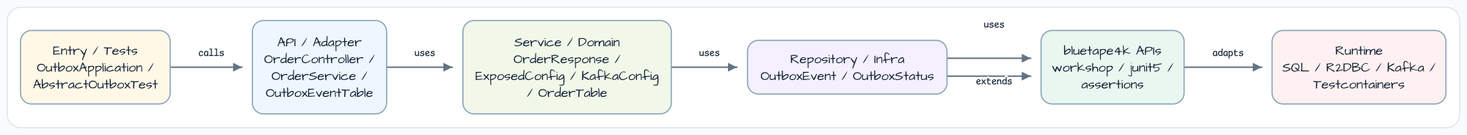
bluetape4k/bluetape4k-workshop keeps this Graphviz diagram as docs/images/readme-diagrams/messaging-transactional-outbox-readme-architecture-01.png. Above is the earlier version. Its source is kept beside it as docs/images/readme-diagrams/messaging-transactional-outbox-readme-architecture-01.dot. The source it was exported from:
```dot
digraph G {
  graph [
    rankdir=LR,
    bgcolor="white",
    pad="0.35",
    nodesep="0.55",
    ranksep="0.75",
    splines=ortho,
    outputorder=edgesfirst
  ];
  node [
    shape=box,
    style="rounded,filled",
    penwidth=1.4,
    color="#88A3B5",
    fillcolor="#F6FAFF",
    fontname="Architects Daughter",
    fontsize=14,
    margin="0.14,0.10"
  ];
  edge [
    color="#637383",
    arrowsize=0.8,
    penwidth=1.5,
    fontname="Comic Mono",
    fontsize=11
  ];

  entry [label="Entry / Tests\nOutboxApplication /\nAbstractOutboxTest", fillcolor="#FFF8E7"];
  api [label="API / Adapter\nOrderController /\nOrderService /\nOutboxEventTable", fillcolor="#EEF7FF"];
  service [label="Service / Domain\nOrderResponse /\nExposedConfig / KafkaConfig\n/ OrderTable", fillcolor="#F1F8E9"];
  infra [label="Repository / Infra\nOutboxEvent / OutboxStatus", fillcolor="#F5F0FF"];
  bt [label="bluetape4k APIs\nworkshop / junit5 /\nassertions", fillcolor="#EAF7F0"];
  runtime [label="Runtime\nSQL / R2DBC / Kafka /\nTestcontainers", fillcolor="#FFF1F1"];

  entry -> api [label="calls"];
  api -> service [label="uses"];
  service -> infra [label="uses"];
  infra -> bt [label="uses"];
  infra -> bt [label="extends"];
  bt -> runtime [label="adapts"];
}
```
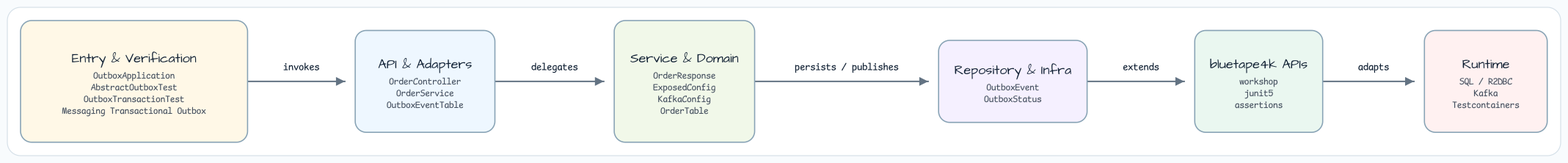
After the commit.

Diff of the diagram source:
```diff
@@ -3,8 +3,8 @@
     rankdir=LR,
     bgcolor="white",
     pad="0.35",
-    nodesep="0.55",
-    ranksep="0.75",
+    nodesep="0.70",
+    ranksep="0.95",
     splines=ortho,
     outputorder=edgesfirst
   ];
@@ -16,7 +16,7 @@
     fillcolor="#F6FAFF",
     fontname="Architects Daughter",
     fontsize=14,
-    margin="0.14,0.10"
+    margin="0.20,0.16"
   ];
   edge [
     color="#637383",
@@ -26,17 +26,16 @@
     fontsize=11
   ];
 
-  entry [label="Entry / Tests\nOutboxApplication /\nAbstractOutboxTest", fillcolor="#FFF8E7"];
-  api [label="API / Adapter\nOrderController /\nOrderService /\nOutboxEventTable", fillcolor="#EEF7FF"];
-  service [label="Service / Domain\nOrderResponse /\nExposedConfig / KafkaConfig\n/ OrderTable", fillcolor="#F1F8E9"];
-  infra [label="Repository / Infra\nOutboxEvent / OutboxStatus", fillcolor="#F5F0FF"];
-  bt [label="bluetape4k APIs\nworkshop / junit5 /\nassertions", fillcolor="#EAF7F0"];
-  runtime [label="Runtime\nSQL / R2DBC / Kafka /\nTestcontainers", fillcolor="#FFF1F1"];
+  entry [label="Entry & Verification\nOutboxApplication\nAbstractOutboxTest\nOutboxTransactionTest\nMessaging Transactional Outbox", fillcolor="#FFF8E7"];
+  api [label="API & Adapters\nOrderController\nOrderService\nOutboxEventTable", fillcolor="#EEF7FF"];
+  service [label="Service & Domain\nOrderResponse\nExposedConfig\nKafkaConfig\nOrderTable", fillcolor="#F1F8E9"];
+  infra [label="Repository & Infra\nOutboxEvent\nOutboxStatus", fillcolor="#F5F0FF"];
+  bt [label="bluetape4k APIs\nworkshop\njunit5\nassertions", fillcolor="#EAF7F0"];
+  runtime [label="Runtime\nSQL / R2DBC\nKafka\nTestcontainers", fillcolor="#FFF1F1"];
 
-  entry -> api [label="calls"];
-  api -> service [label="uses"];
-  service -> infra [label="uses"];
-  infra -> bt [label="uses"];
+  entry -> api [label="invokes"];
+  api -> service [label="delegates"];
+  service -> infra [label="persists / publishes"];
   infra -> bt [label="extends"];
   bt -> runtime [label="adapts"];
 }
```
